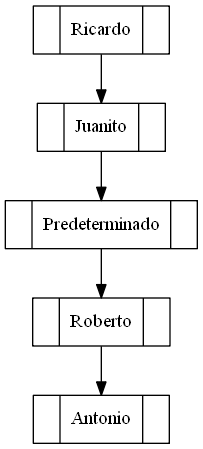
Above: Usuarios.png in TaTo30/EDD-Proyecto2_201800585 (Graphviz), before the change. Its source is kept beside it as Usuarios.dot.
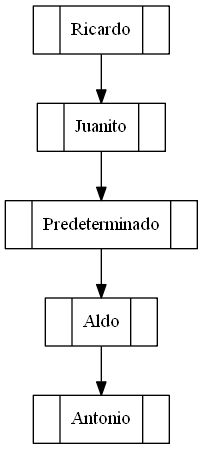
Above is the later version.

What changed in the source:
```diff
@@ -2,7 +2,7 @@
  node [shape = record];1[label="<f0>| <f22>Ricardo | <f1>"];
 2[label="<f0>| <f22>Juanito | <f1>"];
 10[label="<f0>| <f22>Predeterminado | <f1>"];
-20[label="<f0>| <f22>Roberto | <f1>"];
+20[label="<f0>| <f22>Aldo | <f1>"];
 23[label="<f0>| <f22>Antonio | <f1>"];
 1 -> 2;
 2 -> 10;
```
